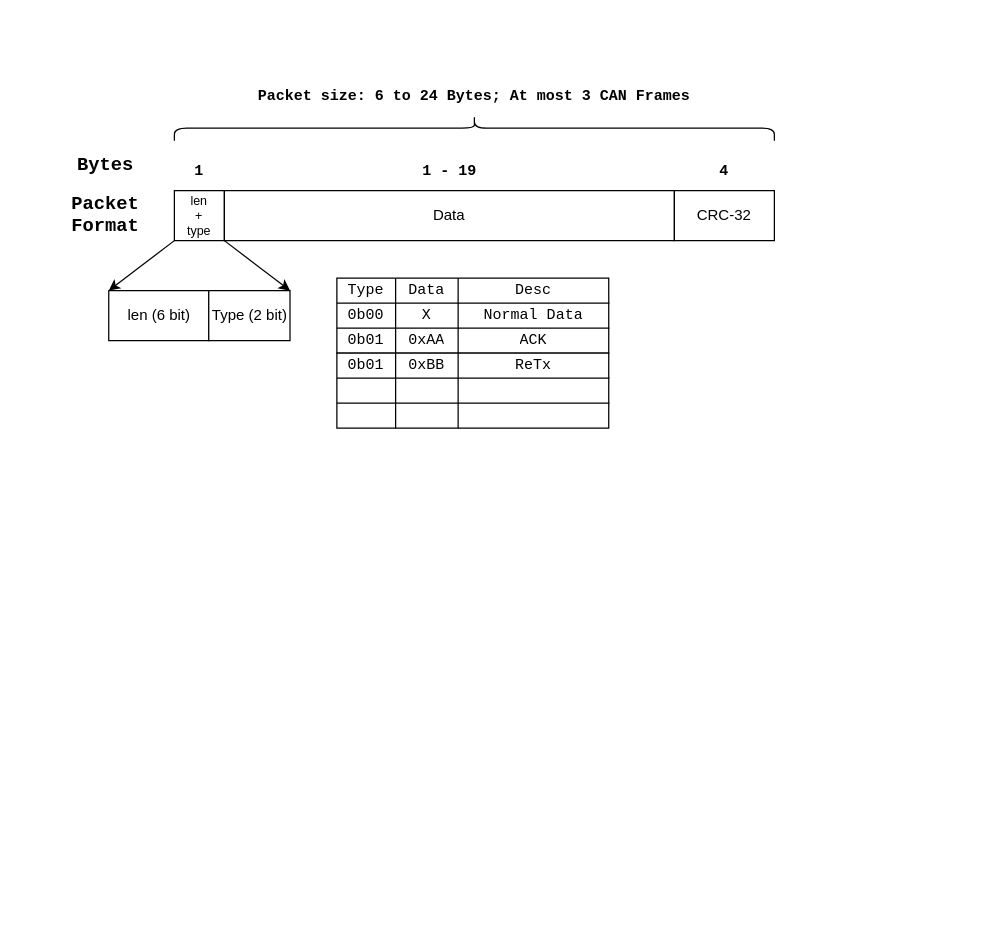
This is page "Packet" (3 of 4) of bootloader/bootloader mechanics.drawio from pipipipi2002/pmb_stm32, a draw.io file, before an edit. Source tidied: cells renumbered, new cells numbered last; positions are measured from the earlier drawing's top-left corner, leaving out a move shared by most shapes. Both pictures are drawn from the tidied source at 125%, with x=0, y=0 at pixel (36, -172).
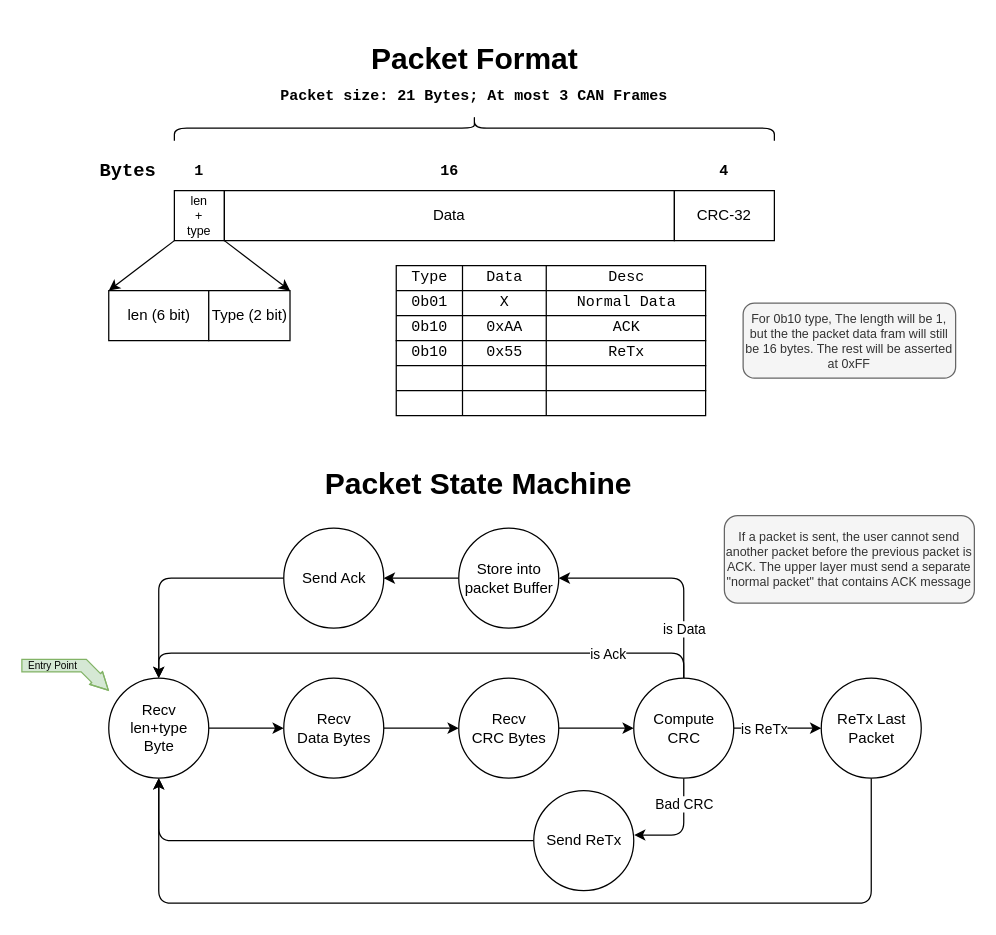
After the change.

Commit message (it also covers changes not shown here):
packet state machine

The edit, as a diff of the source:
```diff
@@
-    <mxCell id="6" value="1 - 19" style="text;html=1;strokeColor=none;fillColor=none;align=center;verticalAlign=middle;whiteSpace=wrap;rounded=0;fontFamily=Courier New;fontStyle=1;" parent="1" vertex="1">
+    <mxCell id="6" value="16" style="text;html=1;strokeColor=none;fillColor=none;align=center;verticalAlign=middle;whiteSpace=wrap;rounded=0;fontFamily=Courier New;fontStyle=1;" parent="1" vertex="1">
       <mxGeometry x="302.5" y="260" width="55" height="30" as="geometry" />
     </mxCell>
@@
     <mxCell id="8" value="Bytes" style="text;html=1;strokeColor=none;fillColor=none;align=center;verticalAlign=middle;whiteSpace=wrap;rounded=0;fontFamily=Courier New;fontStyle=1;fontSize=15;" parent="1" vertex="1">
-      <mxGeometry x="40" y="250" width="30" height="40" as="geometry" />
+      <mxGeometry x="57.5" y="255" width="30" height="40" as="geometry" />
     </mxCell>
-    <mxCell id="9" value="Packet Format" style="text;html=1;strokeColor=none;fillColor=none;align=center;verticalAlign=middle;whiteSpace=wrap;rounded=0;fontFamily=Courier New;fontStyle=1;fontSize=15;" parent="1" vertex="1">
-      <mxGeometry y="295" width="110" height="30" as="geometry" />
-    </mxCell>
@@
-    <mxCell id="15" value="Packet size: 6 to 24 Bytes; At most 3 CAN Frames" style="text;html=1;strokeColor=none;fillColor=none;align=center;verticalAlign=middle;whiteSpace=wrap;rounded=0;fontFamily=Courier New;fontStyle=1;" parent="1" vertex="1">
+    <mxCell id="15" value="Packet size: 21&amp;nbsp;Bytes; At most 3 CAN Frames" style="text;html=1;strokeColor=none;fillColor=none;align=center;verticalAlign=middle;whiteSpace=wrap;rounded=0;fontFamily=Courier New;fontStyle=1;" parent="1" vertex="1">
       <mxGeometry x="170" y="200" width="360" height="30" as="geometry" />
     </mxCell>
     <mxCell id="16" style="group;" parent="1" vertex="1">
-      <mxGeometry x="240" y="360" width="217.5" height="120" as="geometry" />
+      <mxGeometry x="287.5" y="350" width="247.5" height="120" as="geometry" />
     </mxCell>
     <mxCell id="17" style="shape=table;startSize=0;childLayout=tableLayout;fontSize=12;fontFamily=Courier New;align=center;" parent="16" vertex="1">
-      <mxGeometry width="217.5" height="60" as="geometry" />
+      <mxGeometry width="247.5" height="60" as="geometry" />
     </mxCell>
     <mxCell id="18" style="shape=tableRow;horizontal=0;startSize=0;swimlaneHead=0;swimlaneBody=0;strokeColor=inherit;top=0;left=0;bottom=0;right=0;fillColor=none;fontSize=12;fontFamily=Courier New;align=center;" parent="17" vertex="1">
-      <mxGeometry width="217.5" height="20" as="geometry" />
+      <mxGeometry width="247.5" height="20" as="geometry" />
     </mxCell>
     <mxCell id="19" value="Type" style="shape=partialRectangle;html=1;whiteSpace=wrap;strokeColor=inherit;overflow=hidden;fillColor=none;top=0;left=0;bottom=0;right=0;fontSize=12;fontFamily=Courier New;align=center;" parent="18" vertex="1">
-      <mxGeometry width="47" height="20" as="geometry" />
+      <mxGeometry width="53" height="20" as="geometry" />
     </mxCell>
     <mxCell id="20" value="Data" style="shape=partialRectangle;html=1;whiteSpace=wrap;strokeColor=inherit;overflow=hidden;fillColor=none;top=0;left=0;bottom=0;right=0;fontSize=12;fontFamily=Courier New;align=center;" parent="18" vertex="1">
-      <mxGeometry x="47" width="50" height="20" as="geometry" />
+      <mxGeometry x="53" width="67" height="20" as="geometry" />
     </mxCell>
     <mxCell id="21" value="Desc" style="shape=partialRectangle;html=1;whiteSpace=wrap;strokeColor=inherit;overflow=hidden;fillColor=none;top=0;left=0;bottom=0;right=0;fontSize=12;fontFamily=Courier New;align=center;" parent="18" vertex="1">
-      <mxGeometry x="97" width="121" height="20" as="geometry" />
+      <mxGeometry x="120" width="128" height="20" as="geometry" />
     </mxCell>
     <mxCell id="22" style="shape=tableRow;horizontal=0;startSize=0;swimlaneHead=0;swimlaneBody=0;strokeColor=inherit;top=0;left=0;bottom=0;right=0;fillColor=none;fontSize=12;fontFamily=Courier New;align=center;" parent="17" vertex="1">
-      <mxGeometry y="20" width="217.5" height="20" as="geometry" />
+      <mxGeometry y="20" width="247.5" height="20" as="geometry" />
     </mxCell>
-    <mxCell id="23" value="0b00" style="shape=partialRectangle;html=1;whiteSpace=wrap;strokeColor=inherit;overflow=hidden;fillColor=none;top=0;left=0;bottom=0;right=0;fontSize=12;fontFamily=Courier New;align=center;" parent="22" vertex="1">
-      <mxGeometry width="47" height="20" as="geometry" />
+    <mxCell id="23" value="0b01" style="shape=partialRectangle;html=1;whiteSpace=wrap;strokeColor=inherit;overflow=hidden;fillColor=none;top=0;left=0;bottom=0;right=0;fontSize=12;fontFamily=Courier New;align=center;" parent="22" vertex="1">
+      <mxGeometry width="53" height="20" as="geometry" />
     </mxCell>
     <mxCell id="24" value="X" style="shape=partialRectangle;html=1;whiteSpace=wrap;strokeColor=inherit;overflow=hidden;fillColor=none;top=0;left=0;bottom=0;right=0;fontSize=12;fontFamily=Courier New;align=center;" parent="22" vertex="1">
-      <mxGeometry x="47" width="50" height="20" as="geometry" />
+      <mxGeometry x="53" width="67" height="20" as="geometry" />
     </mxCell>
     <mxCell id="25" value="Normal Data" style="shape=partialRectangle;html=1;whiteSpace=wrap;strokeColor=inherit;overflow=hidden;fillColor=none;top=0;left=0;bottom=0;right=0;fontSize=12;fontFamily=Courier New;align=center;" parent="22" vertex="1">
-      <mxGeometry x="97" width="121" height="20" as="geometry" />
+      <mxGeometry x="120" width="128" height="20" as="geometry" />
     </mxCell>
     <mxCell id="26" style="shape=tableRow;horizontal=0;startSize=0;swimlaneHead=0;swimlaneBody=0;strokeColor=inherit;top=0;left=0;bottom=0;right=0;fillColor=none;fontSize=12;fontFamily=Courier New;align=center;" parent="17" vertex="1">
-      <mxGeometry y="40" width="217.5" height="20" as="geometry" />
+      <mxGeometry y="40" width="247.5" height="20" as="geometry" />
     </mxCell>
-    <mxCell id="27" value="0b01" style="shape=partialRectangle;html=1;whiteSpace=wrap;strokeColor=inherit;overflow=hidden;fillColor=none;top=0;left=0;bottom=0;right=0;fontSize=12;fontFamily=Courier New;align=center;" parent="26" vertex="1">
-      <mxGeometry width="47" height="20" as="geometry" />
+    <mxCell id="27" value="0b10" style="shape=partialRectangle;html=1;whiteSpace=wrap;strokeColor=inherit;overflow=hidden;fillColor=none;top=0;left=0;bottom=0;right=0;fontSize=12;fontFamily=Courier New;align=center;" parent="26" vertex="1">
+      <mxGeometry width="53" height="20" as="geometry" />
     </mxCell>
     <mxCell id="28" value="0xAA" style="shape=partialRectangle;html=1;whiteSpace=wrap;strokeColor=inherit;overflow=hidden;fillColor=none;top=0;left=0;bottom=0;right=0;fontSize=12;fontFamily=Courier New;align=center;" parent="26" vertex="1">
-      <mxGeometry x="47" width="50" height="20" as="geometry" />
+      <mxGeometry x="53" width="67" height="20" as="geometry" />
     </mxCell>
     <mxCell id="29" value="ACK" style="shape=partialRectangle;html=1;whiteSpace=wrap;strokeColor=inherit;overflow=hidden;fillColor=none;top=0;left=0;bottom=0;right=0;fontSize=12;fontFamily=Courier New;align=center;" parent="26" vertex="1">
-      <mxGeometry x="97" width="121" height="20" as="geometry" />
+      <mxGeometry x="120" width="128" height="20" as="geometry" />
     </mxCell>
     <mxCell id="30" style="shape=table;startSize=0;childLayout=tableLayout;fontSize=12;fontFamily=Courier New;" parent="16" vertex="1">
-      <mxGeometry y="60" width="217.5" height="60" as="geometry" />
+      <mxGeometry y="60" width="247.5" height="60" as="geometry" />
     </mxCell>
     <mxCell id="31" style="shape=tableRow;horizontal=0;startSize=0;swimlaneHead=0;swimlaneBody=0;strokeColor=inherit;top=0;left=0;bottom=0;right=0;fillColor=none;fontSize=16;fontFamily=Courier New;" parent="30" vertex="1">
-      <mxGeometry width="217.5" height="20" as="geometry" />
+      <mxGeometry width="247.5" height="20" as="geometry" />
     </mxCell>
-    <mxCell id="32" value="&lt;font style=&quot;font-size: 12px;&quot;&gt;0b01&lt;/font&gt;" style="shape=partialRectangle;html=1;whiteSpace=wrap;strokeColor=inherit;overflow=hidden;fillColor=none;top=0;left=0;bottom=0;right=0;fontSize=12;fontFamily=Courier New;" parent="31" vertex="1">
-      <mxGeometry width="47" height="20" as="geometry" />
+    <mxCell id="32" value="&lt;font style=&quot;font-size: 12px;&quot;&gt;0b10&lt;/font&gt;" style="shape=partialRectangle;html=1;whiteSpace=wrap;strokeColor=inherit;overflow=hidden;fillColor=none;top=0;left=0;bottom=0;right=0;fontSize=12;fontFamily=Courier New;" parent="31" vertex="1">
+      <mxGeometry width="53" height="20" as="geometry" />
     </mxCell>
-    <mxCell id="33" value="0xBB" style="shape=partialRectangle;html=1;whiteSpace=wrap;strokeColor=inherit;overflow=hidden;fillColor=none;top=0;left=0;bottom=0;right=0;fontSize=12;fontFamily=Courier New;" parent="31" vertex="1">
-      <mxGeometry x="47" width="50" height="20" as="geometry" />
+    <mxCell id="33" value="0x55" style="shape=partialRectangle;html=1;whiteSpace=wrap;strokeColor=inherit;overflow=hidden;fillColor=none;top=0;left=0;bottom=0;right=0;fontSize=12;fontFamily=Courier New;" parent="31" vertex="1">
+      <mxGeometry x="53" width="67" height="20" as="geometry" />
     </mxCell>
     <mxCell id="34" value="ReTx" style="shape=partialRectangle;html=1;whiteSpace=wrap;strokeColor=inherit;overflow=hidden;fillColor=none;top=0;left=0;bottom=0;right=0;fontSize=12;fontFamily=Courier New;" parent="31" vertex="1">
-      <mxGeometry x="97" width="121" height="20" as="geometry" />
+      <mxGeometry x="120" width="128" height="20" as="geometry" />
     </mxCell>
     <mxCell id="35" style="shape=tableRow;horizontal=0;startSize=0;swimlaneHead=0;swimlaneBody=0;strokeColor=inherit;top=0;left=0;bottom=0;right=0;fillColor=none;fontSize=16;fontFamily=Courier New;" parent="30" vertex="1">
-      <mxGeometry y="20" width="217.5" height="20" as="geometry" />
+      <mxGeometry y="20" width="247.5" height="20" as="geometry" />
     </mxCell>
     <mxCell id="36" style="shape=partialRectangle;html=1;whiteSpace=wrap;strokeColor=inherit;overflow=hidden;fillColor=none;top=0;left=0;bottom=0;right=0;fontSize=12;fontFamily=Courier New;" parent="35" vertex="1">
-      <mxGeometry width="47" height="20" as="geometry" />
+      <mxGeometry width="53" height="20" as="geometry" />
     </mxCell>
     <mxCell id="37" style="shape=partialRectangle;html=1;whiteSpace=wrap;strokeColor=inherit;overflow=hidden;fillColor=none;top=0;left=0;bottom=0;right=0;fontSize=12;fontFamily=Courier New;" parent="35" vertex="1">
-      <mxGeometry x="47" width="50" height="20" as="geometry" />
+      <mxGeometry x="53" width="67" height="20" as="geometry" />
     </mxCell>
     <mxCell id="38" style="shape=partialRectangle;html=1;whiteSpace=wrap;strokeColor=inherit;overflow=hidden;fillColor=none;top=0;left=0;bottom=0;right=0;fontSize=12;fontFamily=Courier New;" parent="35" vertex="1">
-      <mxGeometry x="97" width="121" height="20" as="geometry" />
+      <mxGeometry x="120" width="128" height="20" as="geometry" />
     </mxCell>
     <mxCell id="39" style="shape=tableRow;horizontal=0;startSize=0;swimlaneHead=0;swimlaneBody=0;strokeColor=inherit;top=0;left=0;bottom=0;right=0;fillColor=none;fontSize=16;fontFamily=Courier New;" parent="30" vertex="1">
-      <mxGeometry y="40" width="217.5" height="20" as="geometry" />
+      <mxGeometry y="40" width="247.5" height="20" as="geometry" />
     </mxCell>
     <mxCell id="40" style="shape=partialRectangle;html=1;whiteSpace=wrap;strokeColor=inherit;overflow=hidden;fillColor=none;top=0;left=0;bottom=0;right=0;fontSize=12;fontFamily=Courier New;" parent="39" vertex="1">
-      <mxGeometry width="47" height="20" as="geometry" />
+      <mxGeometry width="53" height="20" as="geometry" />
     </mxCell>
     <mxCell id="41" style="shape=partialRectangle;html=1;whiteSpace=wrap;strokeColor=inherit;overflow=hidden;fillColor=none;top=0;left=0;bottom=0;right=0;fontSize=12;fontFamily=Courier New;" parent="39" vertex="1">
-      <mxGeometry x="47" width="50" height="20" as="geometry" />
+      <mxGeometry x="53" width="67" height="20" as="geometry" />
     </mxCell>
     <mxCell id="42" style="shape=partialRectangle;html=1;whiteSpace=wrap;strokeColor=inherit;overflow=hidden;fillColor=none;top=0;left=0;bottom=0;right=0;fontSize=12;fontFamily=Courier New;" parent="39" vertex="1">
-      <mxGeometry x="97" width="121" height="20" as="geometry" />
+      <mxGeometry x="120" width="128" height="20" as="geometry" />
     </mxCell>
+    <mxCell id="43" style="edgeStyle=orthogonalEdgeStyle;jettySize=auto;html=1;rounded=1;" parent="1" edge="1" source="44" target="46">
+      <mxGeometry relative="1" as="geometry" />
+    </mxCell>
+    <mxCell id="44" value="Recv &lt;br&gt;len+type &lt;br&gt;Byte" style="ellipse;whiteSpace=wrap;html=1;" parent="1" vertex="1">
+      <mxGeometry x="57.5" y="680" width="80" height="80" as="geometry" />
+    </mxCell>
+    <mxCell id="45" style="edgeStyle=orthogonalEdgeStyle;jettySize=auto;html=1;rounded=1;" parent="1" edge="1" source="46" target="56">
+      <mxGeometry relative="1" as="geometry" />
+    </mxCell>
+    <mxCell id="46" value="Recv &lt;br&gt;Data Bytes" style="ellipse;whiteSpace=wrap;html=1;" parent="1" vertex="1">
+      <mxGeometry x="197.5" y="680" width="80" height="80" as="geometry" />
+    </mxCell>
+    <mxCell id="47" style="edgeStyle=orthogonalEdgeStyle;jettySize=auto;html=1;entryX=1;entryY=0.5;entryDx=0;entryDy=0;rounded=1;exitX=0.5;exitY=0;exitDx=0;exitDy=0;" parent="1" edge="1" source="68" target="58">
+      <mxGeometry relative="1" as="geometry" />
+    </mxCell>
+    <mxCell id="48" value="is Data" style="edgeLabel;html=1;align=center;verticalAlign=middle;" parent="47" vertex="1">
+      <mxGeometry x="-0.44" y="2" relative="1" as="geometry">
+        <mxPoint x="2" y="10" as="offset" />
+      </mxGeometry>
+    </mxCell>
+    <mxCell id="49" style="jettySize=auto;html=1;entryX=1.004;entryY=0.444;entryDx=0;entryDy=0;rounded=1;exitX=0.5;exitY=1;exitDx=0;exitDy=0;entryPerimeter=0;edgeStyle=orthogonalEdgeStyle;" parent="1" edge="1" source="68" target="62">
+      <mxGeometry relative="1" as="geometry" />
+    </mxCell>
+    <mxCell id="50" value="Bad CRC" style="edgeLabel;html=1;align=center;verticalAlign=middle;" parent="49" vertex="1">
+      <mxGeometry x="-0.22" y="-3" relative="1" as="geometry">
+        <mxPoint x="3" y="-13" as="offset" />
+      </mxGeometry>
+    </mxCell>
+    <mxCell id="51" style="jettySize=auto;html=1;exitX=1;exitY=0.5;exitDx=0;exitDy=0;entryX=0;entryY=0.5;entryDx=0;entryDy=0;rounded=1;" parent="1" edge="1" source="68" target="64">
+      <mxGeometry relative="1" as="geometry" />
+    </mxCell>
+    <mxCell id="52" value="is ReTx" style="edgeLabel;html=1;align=center;verticalAlign=middle;" parent="51" vertex="1">
+      <mxGeometry x="-0.32" relative="1" as="geometry" />
+    </mxCell>
+    <mxCell id="53" style="edgeStyle=orthogonalEdgeStyle;jettySize=auto;html=1;exitX=0.5;exitY=0;exitDx=0;exitDy=0;entryX=0.5;entryY=0;entryDx=0;entryDy=0;rounded=1;" parent="1" edge="1" source="68" target="44">
+      <mxGeometry relative="1" as="geometry">
+        <Array as="points">
+          <mxPoint x="517.5" y="660" />
+          <mxPoint x="97.5" y="660" />
+        </Array>
+      </mxGeometry>
+    </mxCell>
+    <mxCell id="54" value="is Ack" style="edgeLabel;html=1;align=center;verticalAlign=middle;" parent="53" vertex="1">
+      <mxGeometry x="-0.2" y="-1" relative="1" as="geometry">
+        <mxPoint x="103" y="1" as="offset" />
+      </mxGeometry>
+    </mxCell>
+    <mxCell id="55" style="edgeStyle=orthogonalEdgeStyle;rounded=0;jettySize=auto;html=1;" parent="1" edge="1" source="56" target="68">
+      <mxGeometry relative="1" as="geometry" />
+    </mxCell>
+    <mxCell id="56" value="Recv &lt;br&gt;CRC Bytes" style="ellipse;whiteSpace=wrap;html=1;" parent="1" vertex="1">
+      <mxGeometry x="337.5" y="680" width="80" height="80" as="geometry" />
+    </mxCell>
+    <mxCell id="57" style="edgeStyle=orthogonalEdgeStyle;jettySize=auto;html=1;entryX=1;entryY=0.5;entryDx=0;entryDy=0;rounded=1;" parent="1" edge="1" source="58" target="60">
+      <mxGeometry relative="1" as="geometry" />
+    </mxCell>
+    <mxCell id="58" value="Store into packet Buffer" style="ellipse;whiteSpace=wrap;html=1;" parent="1" vertex="1">
+      <mxGeometry x="337.5" y="560" width="80" height="80" as="geometry" />
+    </mxCell>
+    <mxCell id="59" style="edgeStyle=orthogonalEdgeStyle;jettySize=auto;html=1;entryX=0.5;entryY=0;entryDx=0;entryDy=0;rounded=1;" parent="1" edge="1" source="60" target="44">
+      <mxGeometry relative="1" as="geometry">
+        <Array as="points">
+          <mxPoint x="97.5" y="600" />
+        </Array>
+      </mxGeometry>
+    </mxCell>
+    <mxCell id="60" value="Send Ack" style="ellipse;whiteSpace=wrap;html=1;" parent="1" vertex="1">
+      <mxGeometry x="197.5" y="560" width="80" height="80" as="geometry" />
+    </mxCell>
+    <mxCell id="61" style="edgeStyle=orthogonalEdgeStyle;jettySize=auto;html=1;entryX=0.5;entryY=1;entryDx=0;entryDy=0;rounded=1;" parent="1" edge="1" source="62" target="44">
+      <mxGeometry relative="1" as="geometry" />
+    </mxCell>
+    <mxCell id="62" value="Send ReTx" style="ellipse;whiteSpace=wrap;html=1;" parent="1" vertex="1">
+      <mxGeometry x="397.5" y="770" width="80" height="80" as="geometry" />
+    </mxCell>
+    <mxCell id="63" style="edgeStyle=orthogonalEdgeStyle;jettySize=auto;html=1;entryX=0.5;entryY=1;entryDx=0;entryDy=0;exitX=0.5;exitY=1;exitDx=0;exitDy=0;rounded=1;" parent="1" edge="1" source="64" target="44">
+      <mxGeometry relative="1" as="geometry">
+        <Array as="points">
+          <mxPoint x="667.5" y="860" />
+          <mxPoint x="97.5" y="860" />
+        </Array>
+      </mxGeometry>
+    </mxCell>
+    <mxCell id="64" value="ReTx Last Packet" style="ellipse;whiteSpace=wrap;html=1;" parent="1" vertex="1">
+      <mxGeometry x="627.5" y="680" width="80" height="80" as="geometry" />
+    </mxCell>
+    <mxCell id="65" value="&lt;h1&gt;Packet State Machine&lt;/h1&gt;" style="text;html=1;strokeColor=none;fillColor=none;align=center;verticalAlign=middle;whiteSpace=wrap;rounded=0;" parent="1" vertex="1">
+      <mxGeometry x="176.5" y="510" width="352.5" height="30" as="geometry" />
+    </mxCell>
+    <mxCell id="9" value="&lt;h1&gt;Packet Format&lt;/h1&gt;" style="text;html=1;strokeColor=none;fillColor=none;align=center;verticalAlign=middle;whiteSpace=wrap;rounded=0;" parent="1" vertex="1">
+      <mxGeometry x="173.8" y="170" width="352.5" height="30" as="geometry" />
+    </mxCell>
+    <mxCell id="66" style="shape=flexArrow;endArrow=classic;html=1;rounded=0;fillColor=#d5e8d4;strokeColor=#82b366;endWidth=3.4482758620689657;endSize=4.2620689655172415;" parent="1" edge="1">
+      <mxGeometry relative="1" as="geometry">
+        <mxPoint x="-12.5" y="670" as="sourcePoint" />
+        <mxPoint x="57.5" y="690" as="targetPoint" />
+        <Array as="points">
+          <mxPoint x="37.5" y="670" />
+        </Array>
+      </mxGeometry>
+    </mxCell>
+    <mxCell id="67" value="Entry Point" style="text;html=1;strokeColor=none;fillColor=none;align=center;verticalAlign=middle;whiteSpace=wrap;rounded=0;fontSize=8;" parent="1" vertex="1">
+      <mxGeometry x="-12.5" y="665" width="50" height="10" as="geometry" />
+    </mxCell>
+    <mxCell id="68" value="Compute CRC" style="ellipse;whiteSpace=wrap;html=1;" parent="1" vertex="1">
+      <mxGeometry x="477.5" y="680" width="80" height="80" as="geometry" />
+    </mxCell>
+    <mxCell id="69" value="If a packet is sent, the user cannot send another packet before the previous packet is ACK. The upper layer must send a separate &quot;normal packet&quot; that contains ACK message" style="rounded=1;whiteSpace=wrap;html=1;fontSize=10;fillColor=#f5f5f5;fontColor=#333333;strokeColor=#666666;" parent="1" vertex="1">
+      <mxGeometry x="550" y="550" width="200" height="70" as="geometry" />
+    </mxCell>
+    <mxCell id="70" value="For 0b10 type, The length will be 1, but the the packet data fram will still be 16 bytes. The rest will be asserted at 0xFF" style="rounded=1;whiteSpace=wrap;html=1;fontSize=10;fillColor=#f5f5f5;fontColor=#333333;strokeColor=#666666;" parent="1" vertex="1">
+      <mxGeometry x="565" y="380" width="170" height="60" as="geometry" />
+    </mxCell>
```
